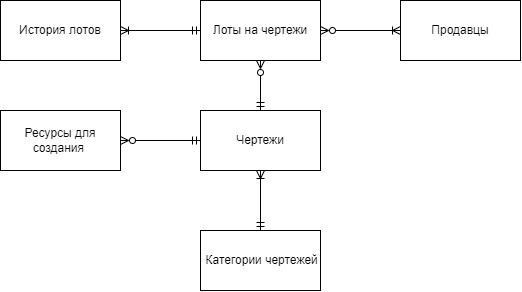
This is concept_model.png from RusVS1/mipt_database, a draw.io export, as it was before one commit. Source tidied: cells renumbered, new cells last; positions are measured from the earlier drawing's top-left corner, leaving out a move shared by most shapes.
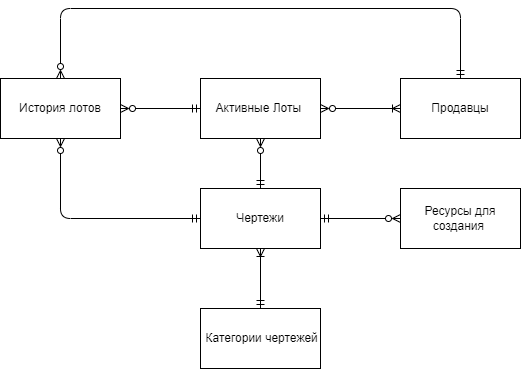
After the commit.

Commit message:
add concept model 3

Change to the diagram source:
```diff
@@ -11,26 +11,41 @@
     <mxCell id="4" style="edgeStyle=none;rounded=0;jettySize=auto;html=1;exitX=0.5;exitY=0;exitDx=0;exitDy=0;entryX=0.5;entryY=1;entryDx=0;entryDy=0;endArrow=ERzeroToMany;endFill=0;startArrow=ERmandOne;startFill=0;" parent="1" edge="1" source="6" target="8">
       <mxGeometry relative="1" as="geometry" />
     </mxCell>
-    <mxCell id="5" style="edgeStyle=none;rounded=0;jettySize=auto;html=1;entryX=1;entryY=0.5;entryDx=0;entryDy=0;startArrow=ERmandOne;startFill=0;endArrow=ERzeroToMany;endFill=0;" parent="1" edge="1" source="6" target="11">
+    <mxCell id="5" style="edgeStyle=none;rounded=0;jettySize=auto;html=1;startArrow=ERmandOne;startFill=0;endArrow=ERzeroToMany;endFill=0;entryX=0;entryY=0.5;entryDx=0;entryDy=0;" parent="1" edge="1" source="6" target="11">
       <mxGeometry relative="1" as="geometry" />
     </mxCell>
+    <mxCell id="13" style="edgeStyle=none;html=1;endArrow=ERzeroToMany;endFill=0;entryX=0.5;entryY=1;entryDx=0;entryDy=0;startArrow=ERmandOne;startFill=0;" parent="1" edge="1" source="6" target="12">
+      <mxGeometry relative="1" as="geometry">
+        <Array as="points">
+          <mxPoint x="60" y="140" />
+        </Array>
+      </mxGeometry>
+    </mxCell>
     <mxCell id="6" value="Чертежи" style="rounded=0;whiteSpace=wrap;html=1;" parent="1" vertex="1">
       <mxGeometry x="200" y="110" width="120" height="60" as="geometry" />
     </mxCell>
-    <mxCell id="7" style="edgeStyle=none;html=1;entryX=1;entryY=0.5;entryDx=0;entryDy=0;startArrow=ERmandOne;startFill=0;endArrow=ERoneToMany;endFill=0;" parent="1" edge="1" source="8" target="12">
+    <mxCell id="7" style="edgeStyle=none;html=1;entryX=1;entryY=0.5;entryDx=0;entryDy=0;startArrow=ERmandOne;startFill=0;endArrow=ERzeroToMany;endFill=0;" parent="1" edge="1" source="8" target="12">
       <mxGeometry relative="1" as="geometry" />
     </mxCell>
-    <mxCell id="8" value="Лоты на чертежи" style="rounded=0;whiteSpace=wrap;html=1;" parent="1" vertex="1">
+    <mxCell id="8" value="Активные Лоты&amp;nbsp;" style="rounded=0;whiteSpace=wrap;html=1;" parent="1" vertex="1">
       <mxGeometry x="200" width="120" height="60" as="geometry" />
     </mxCell>
     <mxCell id="9" style="edgeStyle=none;rounded=0;jettySize=auto;html=1;entryX=1;entryY=0.5;entryDx=0;entryDy=0;startArrow=ERoneToMany;startFill=0;endArrow=ERzeroToMany;endFill=0;" parent="1" edge="1" source="10" target="8">
       <mxGeometry relative="1" as="geometry" />
     </mxCell>
+    <mxCell id="14" style="edgeStyle=none;html=1;endArrow=ERzeroToMany;endFill=0;entryX=0.5;entryY=0;entryDx=0;entryDy=0;startArrow=ERmandOne;startFill=0;" parent="1" edge="1" source="10" target="12">
+      <mxGeometry relative="1" as="geometry">
+        <Array as="points">
+          <mxPoint x="460" y="-70" />
+          <mxPoint x="60" y="-70" />
+        </Array>
+      </mxGeometry>
+    </mxCell>
     <mxCell id="10" value="Продавцы" style="rounded=0;whiteSpace=wrap;html=1;" parent="1" vertex="1">
       <mxGeometry x="400" width="120" height="60" as="geometry" />
     </mxCell>
     <mxCell id="11" value="Ресурсы для создания&amp;nbsp;" style="rounded=0;whiteSpace=wrap;html=1;" parent="1" vertex="1">
-      <mxGeometry y="110" width="120" height="60" as="geometry" />
+      <mxGeometry x="400" y="110" width="120" height="60" as="geometry" />
     </mxCell>
     <mxCell id="12" value="История лотов" style="rounded=0;whiteSpace=wrap;html=1;" parent="1" vertex="1">
       <mxGeometry width="120" height="60" as="geometry" />
```
